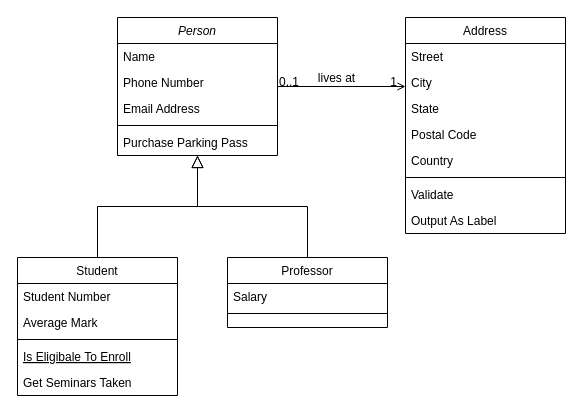
Above: Untitled Diagram.drawio in AliaAcha/Week2ClassDiagram (draw.io), before the change. Source tidied: cells renumbered, new cells numbered last; positions are measured from the earlier drawing's top-left corner, leaving out a move shared by most shapes. Both pictures are drawn from the tidied source at 100%, with x=0, y=0 at pixel (17, 17).
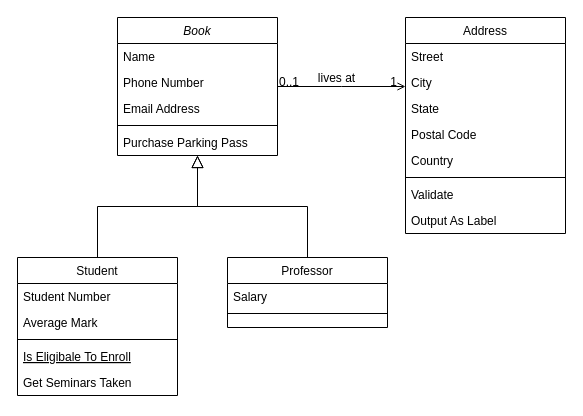
The same page after the edit.

The edit, as a diff of the source:
```diff
@@
-    <mxCell id="2" value="Person" style="swimlane;fontStyle=2;align=center;verticalAlign=top;horizontal=1;startSize=26;rounded=0;shadow=0;strokeWidth=1;" parent="1" vertex="1">
+    <mxCell id="2" value="Book" style="swimlane;fontStyle=2;align=center;verticalAlign=top;horizontal=1;startSize=26;rounded=0;shadow=0;strokeWidth=1;" parent="1" vertex="1">
       <mxGeometry x="100" width="160" height="138" as="geometry" />
     </mxCell>
```
